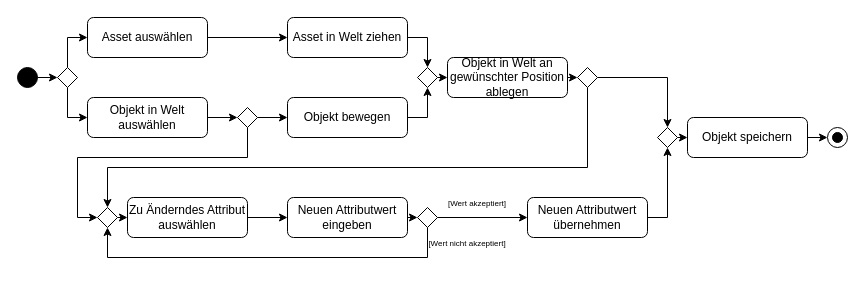
Above: docs/resources/UML/Aktivitätsdiagramm_Welteneditor.drawio in Christian-2003/CrInGE (draw.io), before the change. Source tidied: cells renumbered, new cells numbered last; positions are measured from the earlier drawing's top-left corner, leaving out a move shared by most shapes. Both pictures are drawn from the tidied source at 100%, with x=0, y=0 at pixel (17, 17).
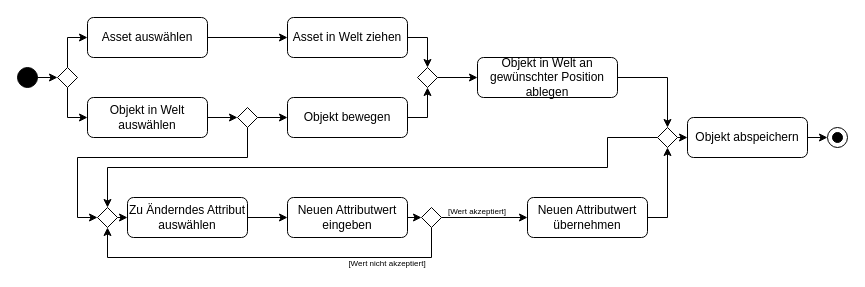
Above is the later version.

Commit message (it also covers changes not shown here):
🖼️🩹 Updated Aktivitätsdiagramm Welteditor

- Rekursiver Pfeil hinzugefügt

Unchanged cells that the change refers to:
```xml
<mxCell id="27" style="rhombus;whiteSpace=wrap;html=1;" parent="1" vertex="1">
  <mxGeometry x="80" y="190" width="20" height="20" as="geometry" />
</mxCell>
<mxCell id="33" style="rhombus;whiteSpace=wrap;html=1;" parent="1" vertex="1">
  <mxGeometry x="640" y="110" width="20" height="20" as="geometry" />
</mxCell>
```

Change to the diagram source:
```diff
@@
-    <mxCell id="8" style="edgeStyle=orthogonalEdgeStyle;rounded=0;jettySize=auto;html=1;exitX=1;exitY=0.5;exitDx=0;exitDy=0;entryX=0;entryY=0.5;entryDx=0;entryDy=0;" parent="1" edge="1" source="9" target="31">
+    <mxCell id="8" style="edgeStyle=orthogonalEdgeStyle;rounded=0;jettySize=auto;html=1;exitX=1;exitY=0.5;exitDx=0;exitDy=0;entryX=0.5;entryY=0;entryDx=0;entryDy=0;" parent="1" edge="1" source="9" target="33">
       <mxGeometry relative="1" as="geometry" />
     </mxCell>
     <mxCell id="9" value="Objekt in Welt an gewünschter Position ablegen" style="rounded=1;whiteSpace=wrap;html=1;" parent="1" vertex="1">
-      <mxGeometry x="430" y="40" width="120" height="40" as="geometry" />
+      <mxGeometry x="460" y="40" width="140" height="40" as="geometry" />
     </mxCell>
@@
+    <mxCell id="17" style="edgeStyle=orthogonalEdgeStyle;rounded=0;jettySize=auto;html=1;exitX=0.5;exitY=1;exitDx=0;exitDy=0;entryX=0.5;entryY=1;entryDx=0;entryDy=0;" parent="1" edge="1" source="18" target="27">
+      <mxGeometry relative="1" as="geometry">
+        <Array as="points">
+          <mxPoint x="414" y="240" />
+          <mxPoint x="90" y="240" />
+        </Array>
+      </mxGeometry>
+    </mxCell>
@@
-    <mxCell id="17" style="edgeStyle=orthogonalEdgeStyle;rounded=0;jettySize=auto;html=1;exitX=0.5;exitY=1;exitDx=0;exitDy=0;entryX=0.5;entryY=1;entryDx=0;entryDy=0;" parent="1" edge="1" source="18" target="27">
-      <mxGeometry relative="1" as="geometry">
-        <Array as="points">
-          <mxPoint x="410" y="240" />
-          <mxPoint x="90" y="240" />
-        </Array>
-      </mxGeometry>
-    </mxCell>
     <mxCell id="18" style="rhombus;whiteSpace=wrap;html=1;" parent="1" vertex="1">
-      <mxGeometry x="400" y="190" width="20" height="20" as="geometry" />
+      <mxGeometry x="404" y="190" width="20" height="20" as="geometry" />
     </mxCell>
@@
-    <mxCell id="25" value="&lt;font style=&quot;font-size: 8px;&quot;&gt;[Wert akzeptiert]&lt;/font&gt;" style="text;html=1;strokeColor=none;fillColor=none;align=center;verticalAlign=middle;whiteSpace=wrap;rounded=0;" parent="1" vertex="1">
-      <mxGeometry x="420" y="180" width="80" height="10" as="geometry" />
-    </mxCell>
@@
     <mxCell id="28" value="&lt;font style=&quot;font-size: 8px;&quot;&gt;[Wert nicht akzeptiert]&lt;/font&gt;" style="text;html=1;strokeColor=none;fillColor=none;align=center;verticalAlign=middle;whiteSpace=wrap;rounded=0;" parent="1" vertex="1">
-      <mxGeometry x="410" y="220" width="80" height="10" as="geometry" />
+      <mxGeometry x="330" y="240" width="80" height="10" as="geometry" />
     </mxCell>
-    <mxCell id="29" style="edgeStyle=orthogonalEdgeStyle;rounded=0;jettySize=auto;html=1;exitX=0.5;exitY=1;exitDx=0;exitDy=0;entryX=0.5;entryY=0;entryDx=0;entryDy=0;" parent="1" edge="1" source="31" target="27">
+    <mxCell id="29" style="edgeStyle=orthogonalEdgeStyle;rounded=0;jettySize=auto;html=1;exitX=0;exitY=0.5;exitDx=0;exitDy=0;entryX=0.5;entryY=0;entryDx=0;entryDy=0;" parent="1" edge="1" source="33" target="27">
       <mxGeometry relative="1" as="geometry">
         <Array as="points">
-          <mxPoint x="570" y="150" />
+          <mxPoint x="590" y="120" />
+          <mxPoint x="590" y="150" />
           <mxPoint x="90" y="150" />
         </Array>
       </mxGeometry>
     </mxCell>
-    <mxCell id="30" style="edgeStyle=orthogonalEdgeStyle;rounded=0;jettySize=auto;html=1;exitX=1;exitY=0.5;exitDx=0;exitDy=0;entryX=0.5;entryY=0;entryDx=0;entryDy=0;" parent="1" edge="1" source="31" target="33">
-      <mxGeometry relative="1" as="geometry" />
-    </mxCell>
-    <mxCell id="31" style="rhombus;whiteSpace=wrap;html=1;" parent="1" vertex="1">
-      <mxGeometry x="560" y="50" width="20" height="20" as="geometry" />
-    </mxCell>
@@
-    <mxCell id="35" value="Objekt speichern" style="rounded=1;whiteSpace=wrap;html=1;" parent="1" vertex="1">
+    <mxCell id="35" value="Objekt abspeichern" style="rounded=1;whiteSpace=wrap;html=1;" parent="1" vertex="1">
       <mxGeometry x="670" y="100" width="120" height="40" as="geometry" />
     </mxCell>
@@
+    <mxCell id="25" value="&lt;font style=&quot;font-size: 8px;&quot;&gt;[Wert akzeptiert]&lt;/font&gt;" style="text;html=1;strokeColor=none;fillColor=none;align=center;verticalAlign=middle;whiteSpace=wrap;rounded=0;" parent="1" vertex="1">
+      <mxGeometry x="420" y="188" width="80" height="10" as="geometry" />
+    </mxCell>
```
